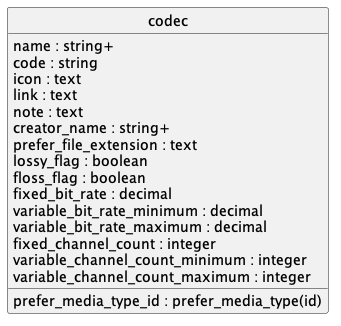
Above: doc/concepts/codec/uml.png in contactopensource/contactopensource (PlantUML), before the change.
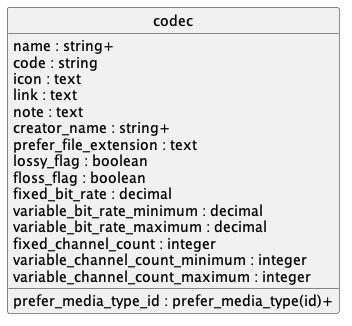
After the commit.

What changed in the source:
```diff
@@ -11,7 +11,7 @@
   note : text
   creator_name : string+
   prefer_file_extension : text
-  prefer_media_type_id : prefer_media_type(id)
+  prefer_media_type_id : prefer_media_type(id)+
   lossy_flag : boolean
   floss_flag : boolean
   fixed_bit_rate : decimal
```
